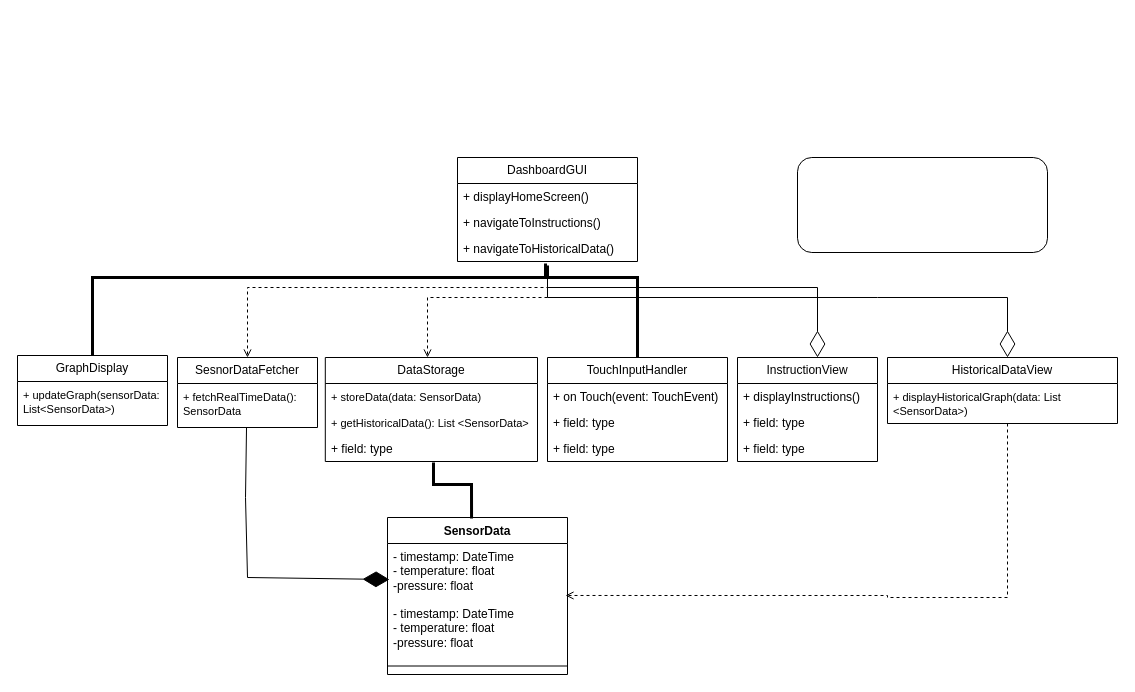
This is diagrams/Class_diagram_GUI.drawio from martintara/kaffeknekt, a draw.io file, before an edit. Source tidied: cells renumbered, new cells numbered last; positions are measured from the earlier drawing's top-left corner, leaving out a move shared by most shapes. Both pictures are drawn from the tidied source at 100%, with x=0, y=0 at pixel (17, 157).
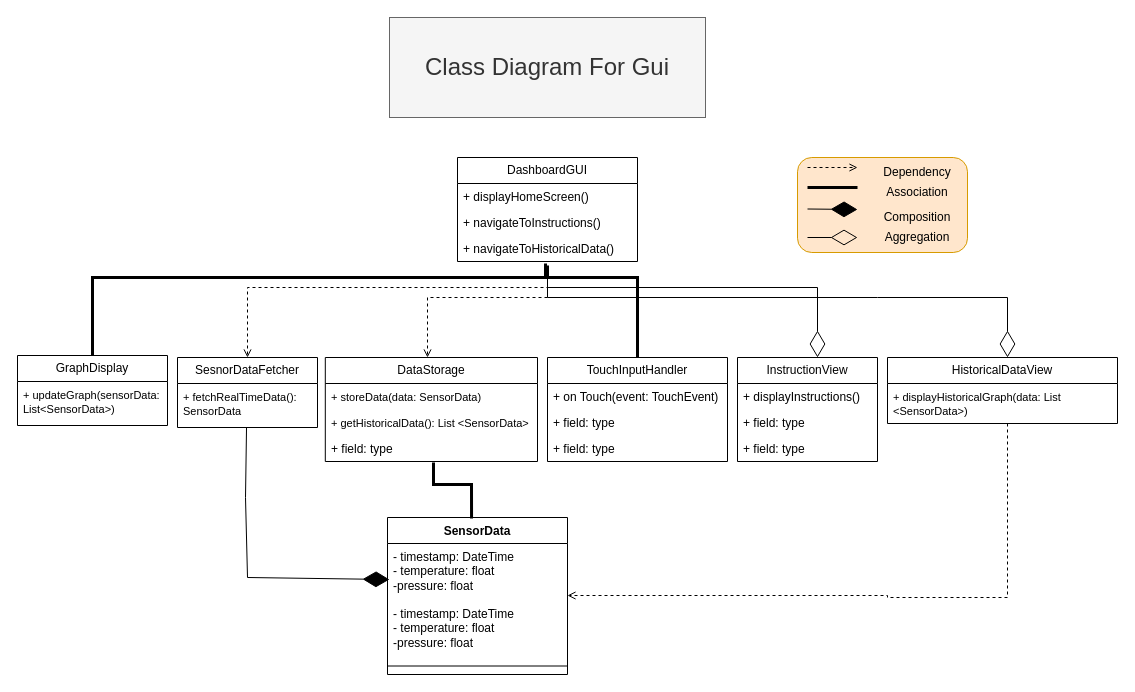
After the change.

The change refers to these unchanged cells:
```xml
<mxCell id="25" value="- timestamp: DateTime&lt;div&gt;- temperature: float&amp;nbsp;&lt;/div&gt;&lt;div&gt;-pressure: float&lt;/div&gt;" style="text;strokeColor=none;fillColor=none;align=left;verticalAlign=top;spacingLeft=4;spacingRight=4;overflow=hidden;points=[[0,0.5],[1,0.5]];portConstraint=eastwest;whiteSpace=wrap;html=1;" parent="24" vertex="1">
  <mxGeometry y="26" width="180" height="57" as="geometry" />
</mxCell>
```

Diff of the diagram source:
```diff
@@
-    <mxCell id="36" style="html=1;labelBackgroundColor=#ffffff;jettySize=auto;fontSize=14;rounded=0;jumpStyle=gap;edgeStyle=orthogonalEdgeStyle;startArrow=none;endArrow=open;dashed=1;strokeWidth=1;entryX=0.989;entryY=0.912;entryDx=0;entryDy=0;entryPerimeter=0;" parent="1" edge="1" target="25">
+    <mxCell id="36" style="html=1;labelBackgroundColor=#ffffff;jettySize=auto;orthogonalLoop=1;fontSize=14;rounded=0;jumpStyle=gap;edgeStyle=orthogonalEdgeStyle;startArrow=none;endArrow=open;dashed=1;strokeWidth=1;" parent="1" edge="1">
       <mxGeometry relative="1" as="geometry">
         <mxPoint x="990" y="266" as="sourcePoint" />
+        <mxPoint x="550" y="438" as="targetPoint" />
         <Array as="points">
           <mxPoint x="990" y="440" />
           <mxPoint x="870" y="440" />
           <mxPoint x="870" y="438" />
         </Array>
       </mxGeometry>
     </mxCell>
-    <mxCell id="37" style="rounded=1;whiteSpace=wrap;html=1;" parent="1" vertex="1">
-      <mxGeometry x="780" width="250" height="95" as="geometry" />
+    <mxCell id="37" style="rounded=1;whiteSpace=wrap;html=1;fillColor=#ffe6cc;strokeColor=#d79b00;" parent="1" vertex="1">
+      <mxGeometry x="780" width="170" height="95" as="geometry" />
     </mxCell>
+    <mxCell id="38" style="html=1;labelBackgroundColor=#ffffff;jettySize=auto;orthogonalLoop=1;fontSize=14;rounded=0;jumpStyle=gap;edgeStyle=orthogonalEdgeStyle;startArrow=none;endArrow=open;dashed=1;strokeWidth=1;" parent="1" edge="1">
+      <mxGeometry relative="1" as="geometry">
+        <mxPoint x="790" y="10" as="sourcePoint" />
+        <mxPoint x="840" y="10" as="targetPoint" />
+      </mxGeometry>
+    </mxCell>
+    <mxCell id="39" style="endArrow=none;startArrow=none;endFill=0;startFill=0;endSize=8;html=1;verticalAlign=bottom;labelBackgroundColor=none;strokeWidth=3;rounded=0;" parent="1" edge="1">
+      <mxGeometry relative="1" as="geometry">
+        <mxPoint x="790" y="30" as="sourcePoint" />
+        <mxPoint x="840" y="30" as="targetPoint" />
+      </mxGeometry>
+    </mxCell>
+    <mxCell id="40" style="endArrow=diamondThin;endFill=0;endSize=24;html=1;rounded=0;" parent="1" edge="1">
+      <mxGeometry relative="1" as="geometry">
+        <mxPoint x="790" y="80" as="sourcePoint" />
+        <mxPoint x="840" y="80" as="targetPoint" />
+      </mxGeometry>
+    </mxCell>
+    <mxCell id="41" style="endArrow=diamondThin;endFill=1;endSize=24;html=1;rounded=0;" parent="1" edge="1">
+      <mxGeometry relative="1" as="geometry">
+        <mxPoint x="790" y="51.5" as="sourcePoint" />
+        <mxPoint x="840" y="52" as="targetPoint" />
+      </mxGeometry>
+    </mxCell>
+    <mxCell id="42" value="Dependency" style="text;html=1;align=center;verticalAlign=middle;whiteSpace=wrap;rounded=0;" parent="1" vertex="1">
+      <mxGeometry x="870" width="60" height="30" as="geometry" />
+    </mxCell>
+    <mxCell id="43" value="Association" style="text;html=1;align=center;verticalAlign=middle;whiteSpace=wrap;rounded=0;" parent="1" vertex="1">
+      <mxGeometry x="870" y="20" width="60" height="30" as="geometry" />
+    </mxCell>
+    <mxCell id="44" value="Composition" style="text;html=1;align=center;verticalAlign=middle;whiteSpace=wrap;rounded=0;" parent="1" vertex="1">
+      <mxGeometry x="870" y="50" width="60" height="20" as="geometry" />
+    </mxCell>
+    <mxCell id="45" value="Aggregation" style="text;html=1;align=center;verticalAlign=middle;whiteSpace=wrap;rounded=0;" parent="1" vertex="1">
+      <mxGeometry x="870" y="65" width="60" height="30" as="geometry" />
+    </mxCell>
+    <mxCell id="46" value="&lt;font style=&quot;font-size: 24px;&quot;&gt;Class Diagram For Gui&lt;/font&gt;" style="text;html=1;align=center;verticalAlign=middle;whiteSpace=wrap;rounded=0;fillColor=#f5f5f5;fontColor=#333333;strokeColor=#666666;" parent="1" vertex="1">
+      <mxGeometry x="372" y="-140" width="316" height="100" as="geometry" />
+    </mxCell>
```
